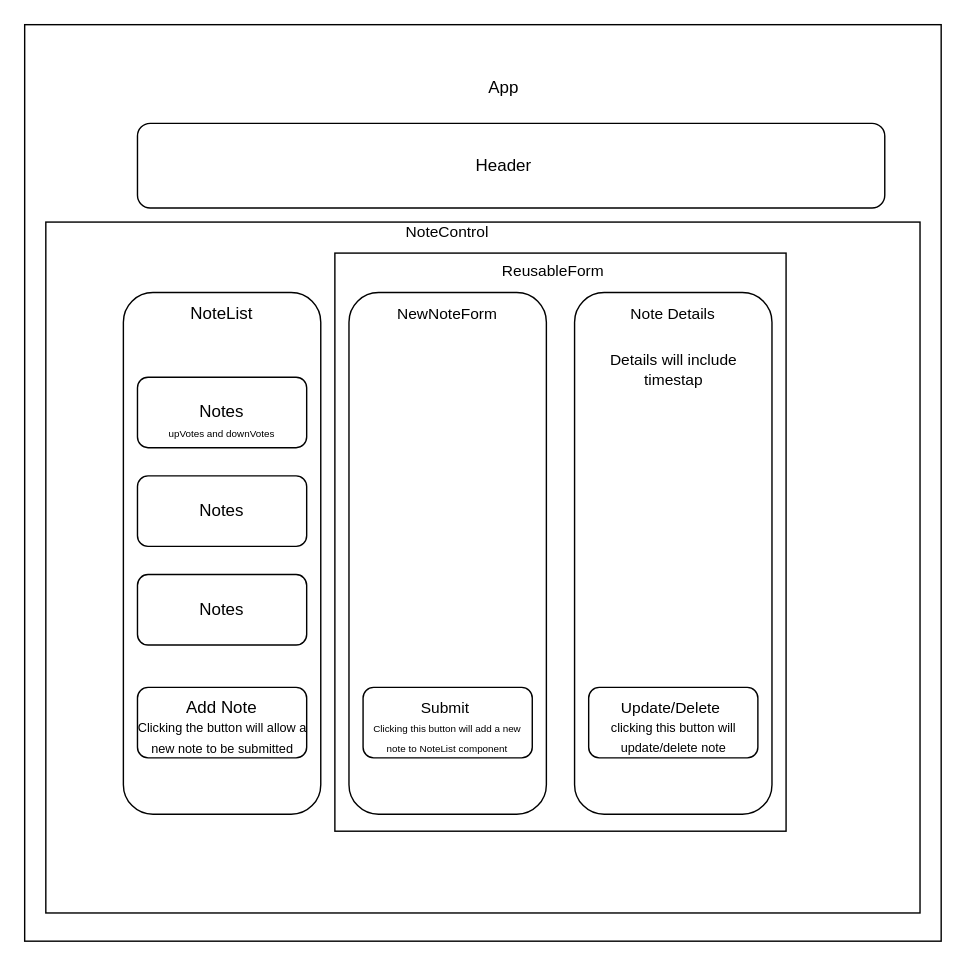
The draw.io diagram diagram.drawio in BriancaKnight/Forum, before the edit. Source tidied: cells renumbered, new cells numbered last; positions are measured from the earlier drawing's top-left corner, leaving out a move shared by most shapes. Both pictures are drawn from the tidied source at 141%, with x=0, y=0 at pixel (24, 24).
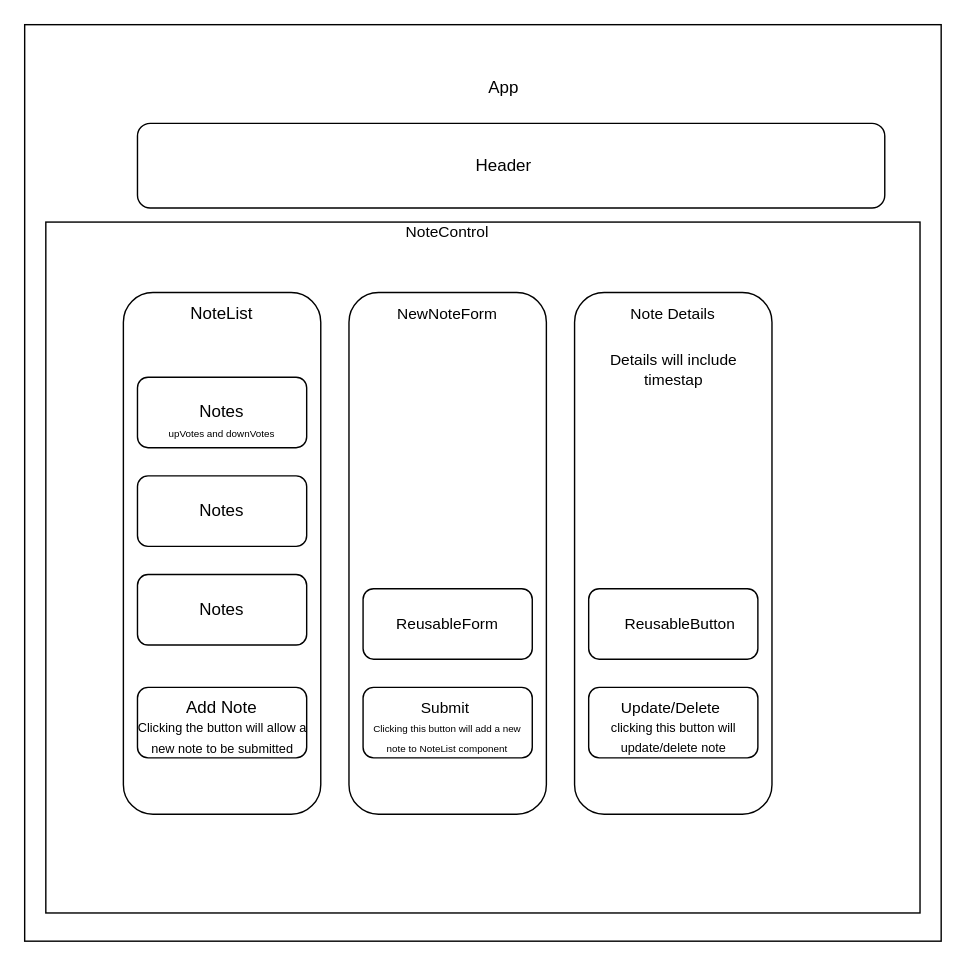
The same page after the edit.

What changed in the source:
```diff
@@
-    <mxCell id="18" style="rounded=0;whiteSpace=wrap;html=1;fontSize=11;" parent="1" vertex="1">
-      <mxGeometry x="220" y="162" width="320" height="410" as="geometry" />
-    </mxCell>
@@
-    <mxCell id="30" value="ReusableForm" style="text;html=1;strokeColor=none;fillColor=none;align=center;verticalAlign=middle;whiteSpace=wrap;rounded=0;fontSize=11;" parent="1" vertex="1">
-      <mxGeometry x="345" y="160" width="60" height="30" as="geometry" />
-    </mxCell>
@@
+    <mxCell id="33" style="rounded=1;whiteSpace=wrap;html=1;" parent="1" vertex="1">
+      <mxGeometry x="240" y="400" width="120" height="50" as="geometry" />
+    </mxCell>
+    <mxCell id="30" value="ReusableForm" style="text;html=1;strokeColor=none;fillColor=none;align=center;verticalAlign=middle;whiteSpace=wrap;rounded=0;fontSize=11;" parent="1" vertex="1">
+      <mxGeometry x="270" y="410" width="60" height="30" as="geometry" />
+    </mxCell>
+    <mxCell id="34" style="rounded=1;whiteSpace=wrap;html=1;fontSize=11;" parent="1" vertex="1">
+      <mxGeometry x="400" y="400" width="120" height="50" as="geometry" />
+    </mxCell>
+    <mxCell id="35" value="ReusableButton" style="text;html=1;strokeColor=none;fillColor=none;align=center;verticalAlign=middle;whiteSpace=wrap;rounded=0;fontSize=11;" parent="1" vertex="1">
+      <mxGeometry x="435" y="410" width="60" height="30" as="geometry" />
+    </mxCell>
```
